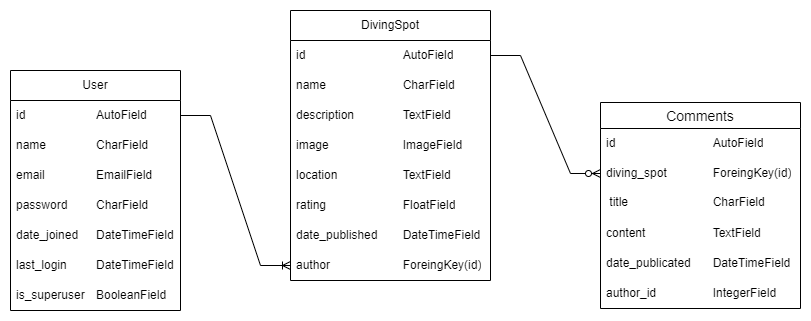
This is docs/images/diagrama_entidad_relacion.png from Ana-Mes/integracion-dam, a draw.io export, as it was before one commit. Source tidied: cells renumbered, new cells last; positions are measured from the earlier drawing's top-left corner, leaving out a move shared by most shapes.
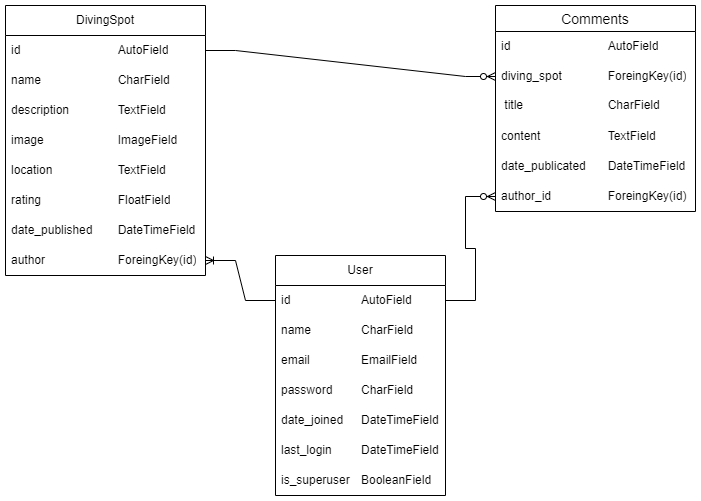
Above is the later version.

Commit message:
actualizada relacion entre user.id y Comment.author.id en el diagrama E-R

The edit, as a diff of the source:
```diff
@@ -3,7 +3,7 @@
     <mxCell id="0" />
     <mxCell id="1" parent="0" />
     <mxCell id="2" value="User" style="swimlane;fontStyle=0;horizontal=1;startSize=30;whiteSpace=wrap;html=1;" parent="1" vertex="1">
-      <mxGeometry y="60" width="170" height="240" as="geometry" />
+      <mxGeometry x="340" y="260" width="170" height="240" as="geometry" />
     </mxCell>
     <mxCell id="3" value="id&lt;span style=&quot;white-space: pre;&quot;&gt;&#9;&lt;/span&gt;&lt;span style=&quot;white-space: pre;&quot;&gt;&#9;&lt;span style=&quot;white-space: pre;&quot;&gt;&#9;&lt;/span&gt;&lt;/span&gt;AutoField" style="text;strokeColor=none;fillColor=none;align=left;verticalAlign=middle;spacingLeft=4;spacingRight=4;overflow=hidden;points=[[0,0.5],[1,0.5]];portConstraint=eastwest;whiteSpace=wrap;html=1;" parent="2" vertex="1">
       <mxGeometry y="30" width="170" height="30" as="geometry" />
@@ -27,7 +27,7 @@
       <mxGeometry y="210" width="170" height="30" as="geometry" />
     </mxCell>
     <mxCell id="10" value="DivingSpot" style="swimlane;fontStyle=0;horizontal=1;startSize=30;whiteSpace=wrap;html=1;" parent="1" vertex="1">
-      <mxGeometry x="280" width="200" height="270" as="geometry" />
+      <mxGeometry x="70" y="10" width="200" height="270" as="geometry" />
     </mxCell>
     <mxCell id="11" value="id&lt;span style=&quot;white-space: pre;&quot;&gt;&#9;&lt;/span&gt;&lt;span style=&quot;white-space: pre;&quot;&gt;&#9;&lt;span style=&quot;white-space: pre;&quot;&gt;&#9;&lt;span style=&quot;white-space: pre;&quot;&gt;&#9;&lt;/span&gt;&lt;/span&gt;&lt;/span&gt;AutoField" style="text;strokeColor=none;fillColor=none;align=left;verticalAlign=middle;spacingLeft=4;spacingRight=4;overflow=hidden;points=[[0,0.5],[1,0.5]];portConstraint=eastwest;whiteSpace=wrap;html=1;" parent="10" vertex="1">
       <mxGeometry y="30" width="200" height="30" as="geometry" />
@@ -54,7 +54,7 @@
       <mxGeometry y="240" width="200" height="30" as="geometry" />
     </mxCell>
     <mxCell id="19" value="Comments" style="swimlane;fontStyle=0;horizontal=1;startSize=26;align=center;fontSize=14;" parent="1" vertex="1">
-      <mxGeometry x="590" y="92" width="200" height="206" as="geometry" />
+      <mxGeometry x="560" y="10" width="200" height="206" as="geometry" />
     </mxCell>
     <mxCell id="20" value="id&lt;span style=&quot;white-space: pre;&quot;&gt;&#9;&lt;/span&gt;&lt;span style=&quot;white-space: pre;&quot;&gt;&#9;&lt;span style=&quot;white-space: pre;&quot;&gt;&#9;&lt;span style=&quot;white-space: pre;&quot;&gt;&#9;&lt;/span&gt;&lt;/span&gt;&lt;/span&gt;AutoField" style="text;strokeColor=none;fillColor=none;align=left;verticalAlign=middle;spacingLeft=4;spacingRight=4;overflow=hidden;whiteSpace=wrap;html=1;" parent="19" vertex="1">
       <mxGeometry y="26" width="200" height="30" as="geometry" />
@@ -71,14 +71,17 @@
     <mxCell id="24" value="date_publicated&lt;span style=&quot;white-space: pre;&quot;&gt;&#9;&lt;/span&gt;&lt;span style=&quot;white-space: pre;&quot;&gt;DateTime&lt;/span&gt;Field&lt;span style=&quot;white-space: pre;&quot;&gt;&#9;&lt;/span&gt;" style="text;strokeColor=none;fillColor=none;align=left;verticalAlign=middle;spacingLeft=4;spacingRight=4;overflow=hidden;whiteSpace=wrap;html=1;" parent="19" vertex="1">
       <mxGeometry y="146" width="200" height="30" as="geometry" />
     </mxCell>
-    <mxCell id="25" value="author_id&lt;span style=&quot;white-space: pre;&quot;&gt;&#9;&lt;/span&gt;&lt;span style=&quot;white-space: pre;&quot;&gt;&#9;&lt;/span&gt;&lt;span style=&quot;white-space: pre;&quot;&gt;&#9;&lt;/span&gt;IntegerField&lt;span style=&quot;white-space: pre;&quot;&gt;&#9;&lt;/span&gt;&lt;span style=&quot;white-space: pre;&quot;&gt;&#9;&lt;span style=&quot;white-space: pre;&quot;&gt;&#9;&lt;/span&gt;&lt;/span&gt;" style="text;strokeColor=none;fillColor=none;align=left;verticalAlign=middle;spacingLeft=4;spacingRight=4;overflow=hidden;points=[[0,0.5],[1,0.5]];portConstraint=eastwest;whiteSpace=wrap;html=1;" parent="19" vertex="1">
+    <mxCell id="25" value="author_id&lt;span style=&quot;white-space: pre;&quot;&gt;&#9;&lt;/span&gt;&lt;span style=&quot;white-space: pre;&quot;&gt;&#9;&lt;/span&gt;&lt;span style=&quot;white-space: pre;&quot;&gt;&#9;&lt;/span&gt;ForeingKey(id)&lt;span style=&quot;white-space: pre;&quot;&gt;&#9;&lt;/span&gt;&lt;span style=&quot;white-space: pre;&quot;&gt;&#9;&lt;span style=&quot;white-space: pre;&quot;&gt;&#9;&lt;/span&gt;&lt;/span&gt;" style="text;strokeColor=none;fillColor=none;align=left;verticalAlign=middle;spacingLeft=4;spacingRight=4;overflow=hidden;points=[[0,0.5],[1,0.5]];portConstraint=eastwest;whiteSpace=wrap;html=1;" parent="19" vertex="1">
       <mxGeometry y="176" width="200" height="30" as="geometry" />
     </mxCell>
+    <mxCell id="27" style="edgeStyle=entityRelationEdgeStyle;fontSize=12;html=1;endArrow=ERzeroToMany;endFill=1;rounded=0;exitX=1;exitY=0.5;exitDx=0;exitDy=0;entryX=0;entryY=0.5;entryDx=0;entryDy=0;" parent="1" edge="1" source="11" target="21">
+      <mxGeometry relative="1" as="geometry" />
+    </mxCell>
+    <mxCell id="28" style="edgeStyle=entityRelationEdgeStyle;fontSize=12;html=1;endArrow=ERzeroToMany;endFill=1;rounded=0;entryX=0;entryY=0.5;entryDx=0;entryDy=0;exitX=1;exitY=0.5;exitDx=0;exitDy=0;" parent="1" edge="1" source="3" target="25">
+      <mxGeometry relative="1" as="geometry" />
+    </mxCell>
-    <mxCell id="26" style="edgeStyle=entityRelationEdgeStyle;fontSize=12;html=1;endArrow=ERoneToMany;rounded=0;exitX=1;exitY=0.5;exitDx=0;exitDy=0;entryX=0;entryY=0.5;entryDx=0;entryDy=0;" parent="1" edge="1" source="3" target="18">
+    <mxCell id="26" style="edgeStyle=entityRelationEdgeStyle;fontSize=12;html=1;endArrow=ERoneToMany;rounded=0;exitX=0;exitY=0.5;exitDx=0;exitDy=0;" parent="1" edge="1" source="3" target="18">
       <mxGeometry relative="1" as="geometry" />
     </mxCell>
-    <mxCell id="27" style="edgeStyle=entityRelationEdgeStyle;fontSize=12;html=1;endArrow=ERzeroToMany;endFill=1;rounded=0;exitX=1;exitY=0.5;exitDx=0;exitDy=0;entryX=0;entryY=0.5;entryDx=0;entryDy=0;" parent="1" edge="1" source="11" target="21">
-      <mxGeometry relative="1" as="geometry" />
-    </mxCell>
   </root>
 </mxGraphModel>
```
